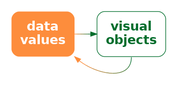
This is Diagrams/data-obj-decode.png from pmur002/hdvw, a Graphviz export, as it was before one commit. Its source is kept beside it as Diagrams/data-obj-decode.dot.
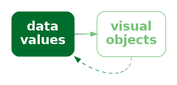
The same diagram one commit later.

Change to the diagram source:
```diff
@@ -1,9 +1,9 @@
 digraph {
   graph [ rankdir=LR; margin=.2; nodesep=.5 ];
   node [ fontsize=20; fontname="sans bold"; margin=.2 ];
-  data [ label="data\nvalues"; shape=box; style="filled, rounded"; penwidth=0; fontcolor=white; fillcolor="#FD8D3C" ]
+  data [ label="data\nvalues"; shape=box; style="filled, rounded"; penwidth=0; fontcolor=white; fillcolor="#006D2C" ]
   obj [ label="visual\nobjects"; shape=box;
-     style="rounded"; color="#006D2C"; fontcolor="#006D2C" ]
-  data -> obj [ style="bold"; penwidth=1; color="#FD8D3C;0.1:#E1893A;0.1:#C58638;0.1:#A98237;0.1:#8D7F35;0.1:#707B33;0.1:#547831;0.1:#387430;0.1:#1C712E;0.1:#006D2C;0.1" ]
-  obj:s -> data:se [ style="solid", color="#006D2C;0.1:#1C712E;0.1:#387430;0.1:#547831;0.1:#707B33;0.1:#8D7F35;0.1:#A98237;0.1:#C58638;0.1:#E1893A;0.1:#FD8D3C;0.1" ]
+     style="rounded"; color="#74C476"; fontcolor="#74C476" ]
+  data -> obj [ style="bold"; penwidth=1; color="#006D2C;0.1:#0D7734;0.1:#1A803C;0.1:#278A45;0.1:#34944D;0.1:#409D55;0.1:#4DA75D;0.1:#5AB166;0.1:#67BA6E;0.1:#74C476;0.1" ]
+  obj:s -> data:se [ style="dashed", color="#74C476;0.1:#67BA6E;0.1:#5AB166;0.1:#4DA75D;0.1:#409D55;0.1:#34944D;0.1:#278A45;0.1:#1A803C;0.1:#0D7734;0.1:#006D2C;0.1" ]
 }
```
